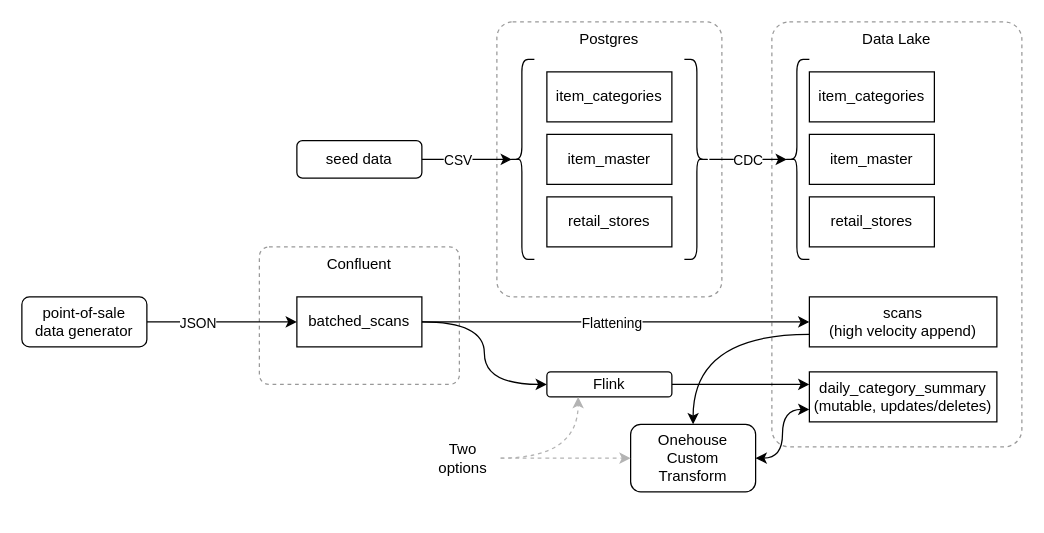
Above: page "architecture" (2 of 3) of doc/images/diagrams.drawio in corourke/acme (draw.io), before the change. Source tidied: cells renumbered, new cells numbered last; positions are measured from the earlier drawing's top-left corner, leaving out a move shared by most shapes. Both pictures are drawn from the tidied source at 125%, with x=0, y=0 at pixel (21, 21).
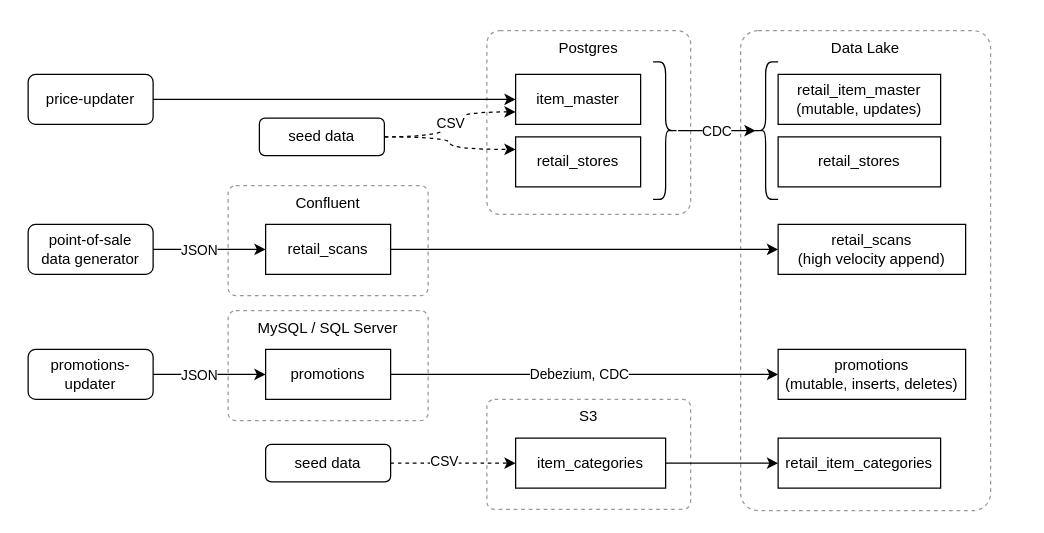
Above is the later version.

Unchanged cells that the change refers to:
```xml
<mxCell id="6" style="edgeStyle=orthogonalEdgeStyle;rounded=0;jettySize=auto;html=1;entryX=0;entryY=0.5;entryDx=0;entryDy=0;" parent="1" edge="1" source="9" target="11">
  <mxGeometry relative="1" as="geometry" />
</mxCell>
```

Change to the diagram source:
```diff
@@
+    <mxCell id="36" value="MySQL / SQL Server" style="whiteSpace=wrap;html=1;align=center;dashed=1;verticalAlign=top;rounded=1;strokeColor=#999999;fillColor=none;arcSize=7;" parent="1" vertex="1">
+      <mxGeometry x="165" y="231" width="160" height="88" as="geometry" />
+    </mxCell>
+    <mxCell id="37" value="S3" style="whiteSpace=wrap;html=1;align=center;dashed=1;verticalAlign=top;rounded=1;strokeColor=#999999;fillColor=none;arcSize=7;" parent="1" vertex="1">
+      <mxGeometry x="372" y="302" width="163" height="88" as="geometry" />
+    </mxCell>
     <mxCell id="2" value="Confluent" style="whiteSpace=wrap;html=1;align=center;dashed=1;verticalAlign=top;rounded=1;strokeColor=#999999;fillColor=none;arcSize=7;" parent="1" vertex="1">
-      <mxGeometry x="190" y="180" width="160" height="110" as="geometry" />
+      <mxGeometry x="165" y="131" width="160" height="88" as="geometry" />
     </mxCell>
     <mxCell id="3" value="Data Lake" style="whiteSpace=wrap;html=1;align=center;dashed=1;verticalAlign=top;rounded=1;strokeColor=#999999;fillColor=none;arcSize=7;" parent="1" vertex="1">
-      <mxGeometry x="600" width="200" height="340" as="geometry" />
+      <mxGeometry x="575" y="7" width="200" height="384" as="geometry" />
     </mxCell>
     <mxCell id="4" value="Postgres" style="whiteSpace=wrap;html=1;align=center;dashed=1;verticalAlign=top;rounded=1;strokeColor=#999999;fillColor=none;arcSize=7;" parent="1" vertex="1">
-      <mxGeometry x="380" width="180" height="220" as="geometry" />
+      <mxGeometry x="372" y="7" width="163" height="147" as="geometry" />
     </mxCell>
     <mxCell id="5" value="retail_stores" style="whiteSpace=wrap;html=1;align=center;" parent="1" vertex="1">
-      <mxGeometry x="420" y="140" width="100" height="40" as="geometry" />
+      <mxGeometry x="395" y="92" width="100" height="40" as="geometry" />
     </mxCell>
@@
-    <mxCell id="7" value="Flattening" style="edgeLabel;html=1;align=center;verticalAlign=middle;" parent="6" vertex="1">
-      <mxGeometry x="-0.14" y="-2" relative="1" as="geometry">
-        <mxPoint x="18" y="-2" as="offset" />
-      </mxGeometry>
-    </mxCell>
-    <mxCell id="8" style="edgeStyle=orthogonalEdgeStyle;rounded=0;jettySize=auto;html=1;entryX=0;entryY=0.5;entryDx=0;entryDy=0;curved=1;" parent="1" edge="1" source="9" target="30">
-      <mxGeometry relative="1" as="geometry" />
-    </mxCell>
-    <mxCell id="9" value="batched_scans" style="whiteSpace=wrap;html=1;align=center;" parent="1" vertex="1">
-      <mxGeometry x="220" y="220" width="100" height="40" as="geometry" />
+    <mxCell id="9" value="retail_scans" style="whiteSpace=wrap;html=1;align=center;" parent="1" vertex="1">
+      <mxGeometry x="195" y="162" width="100" height="40" as="geometry" />
     </mxCell>
-    <mxCell id="10" style="edgeStyle=orthogonalEdgeStyle;rounded=0;jettySize=auto;html=1;curved=1;exitX=0;exitY=0.75;exitDx=0;exitDy=0;" parent="1" edge="1" source="11" target="32">
-      <mxGeometry relative="1" as="geometry" />
-    </mxCell>
-    <mxCell id="11" value="scans &lt;br&gt;(high velocity append)" style="whiteSpace=wrap;html=1;align=center;" parent="1" vertex="1">
-      <mxGeometry x="630" y="220" width="150" height="40" as="geometry" />
+    <mxCell id="11" value="retail_scans &lt;br&gt;(high velocity append)" style="whiteSpace=wrap;html=1;align=center;" parent="1" vertex="1">
+      <mxGeometry x="605" y="162" width="150" height="40" as="geometry" />
     </mxCell>
     <mxCell id="12" value="item_master" style="whiteSpace=wrap;html=1;align=center;" parent="1" vertex="1">
-      <mxGeometry x="420" y="90" width="100" height="40" as="geometry" />
+      <mxGeometry x="395" y="42" width="100" height="40" as="geometry" />
     </mxCell>
+    <mxCell id="38" style="edgeStyle=orthogonalEdgeStyle;rounded=0;jettySize=auto;html=1;exitX=1;exitY=0.5;exitDx=0;exitDy=0;entryX=0;entryY=0.5;entryDx=0;entryDy=0;" parent="1" edge="1" source="13" target="20">
+      <mxGeometry relative="1" as="geometry" />
+    </mxCell>
     <mxCell id="13" value="item_categories" style="whiteSpace=wrap;html=1;align=center;" parent="1" vertex="1">
-      <mxGeometry x="420" y="40" width="100" height="40" as="geometry" />
+      <mxGeometry x="395" y="333" width="120" height="40" as="geometry" />
     </mxCell>
@@
     <mxCell id="16" value="point-of-sale&lt;br&gt;data generator" style="whiteSpace=wrap;html=1;align=center;rounded=1;" parent="1" vertex="1">
-      <mxGeometry y="220" width="100" height="40" as="geometry" />
+      <mxGeometry x="5" y="162" width="100" height="40" as="geometry" />
     </mxCell>
-    <mxCell id="17" style="edgeStyle=orthogonalEdgeStyle;rounded=0;jettySize=auto;html=1;entryX=0.1;entryY=0.5;entryDx=0;entryDy=0;entryPerimeter=0;" parent="1" edge="1" source="19" target="23">
+    <mxCell id="17" style="edgeStyle=orthogonalEdgeStyle;rounded=0;jettySize=auto;html=1;entryX=0;entryY=0.75;entryDx=0;entryDy=0;curved=1;dashed=1;" parent="1" edge="1" source="19" target="12">
       <mxGeometry relative="1" as="geometry" />
     </mxCell>
     <mxCell id="18" value="CSV" style="edgeLabel;html=1;align=center;verticalAlign=middle;" parent="17" vertex="1">
-      <mxGeometry x="-0.22" relative="1" as="geometry" />
+      <mxGeometry x="-0.22" relative="1" as="geometry">
+        <mxPoint x="3" y="-12" as="offset" />
+      </mxGeometry>
     </mxCell>
+    <mxCell id="39" style="edgeStyle=orthogonalEdgeStyle;rounded=0;jettySize=auto;html=1;exitX=1;exitY=0.5;exitDx=0;exitDy=0;entryX=0;entryY=0.25;entryDx=0;entryDy=0;dashed=1;curved=1;" parent="1" edge="1" source="19" target="5">
+      <mxGeometry relative="1" as="geometry" />
+    </mxCell>
     <mxCell id="19" value="seed data" style="whiteSpace=wrap;html=1;align=center;rounded=1;" parent="1" vertex="1">
-      <mxGeometry x="220" y="95" width="100" height="30" as="geometry" />
+      <mxGeometry x="190" y="77" width="100" height="30" as="geometry" />
     </mxCell>
-    <mxCell id="20" value="item_categories" style="whiteSpace=wrap;html=1;align=center;" parent="1" vertex="1">
-      <mxGeometry x="630" y="40" width="100" height="40" as="geometry" />
+    <mxCell id="20" value="retail_item_categories" style="whiteSpace=wrap;html=1;align=center;" parent="1" vertex="1">
+      <mxGeometry x="605" y="333" width="130" height="40" as="geometry" />
     </mxCell>
-    <mxCell id="21" value="item_master" style="whiteSpace=wrap;html=1;align=center;" parent="1" vertex="1">
-      <mxGeometry x="630" y="90" width="100" height="40" as="geometry" />
+    <mxCell id="21" value="retail_item_master (mutable, updates)" style="whiteSpace=wrap;html=1;align=center;" parent="1" vertex="1">
+      <mxGeometry x="605" y="42" width="130" height="40" as="geometry" />
     </mxCell>
     <mxCell id="22" value="retail_stores" style="whiteSpace=wrap;html=1;align=center;" parent="1" vertex="1">
-      <mxGeometry x="630" y="140" width="100" height="40" as="geometry" />
+      <mxGeometry x="605" y="92" width="130" height="40" as="geometry" />
     </mxCell>
-    <mxCell id="23" style="shape=curlyBracket;whiteSpace=wrap;html=1;rounded=1;labelPosition=left;verticalLabelPosition=middle;align=right;verticalAlign=middle;" parent="1" vertex="1">
-      <mxGeometry x="390" y="30" width="20" height="160" as="geometry" />
-    </mxCell>
     <mxCell id="24" style="shape=curlyBracket;whiteSpace=wrap;html=1;rounded=1;labelPosition=left;verticalLabelPosition=middle;align=right;verticalAlign=middle;" parent="1" vertex="1">
-      <mxGeometry x="610" y="30" width="20" height="160" as="geometry" />
+      <mxGeometry x="585" y="32" width="20" height="110" as="geometry" />
     </mxCell>
     <mxCell id="25" style="shape=curlyBracket;whiteSpace=wrap;html=1;rounded=1;flipH=1;labelPosition=right;verticalLabelPosition=middle;align=left;verticalAlign=middle;" parent="1" vertex="1">
-      <mxGeometry x="530" y="30" width="20" height="160" as="geometry" />
+      <mxGeometry x="505" y="32" width="20" height="110" as="geometry" />
     </mxCell>
@@
-    <mxCell id="28" value="daily_category_summary&lt;br&gt;(mutable, updates/deletes)" style="whiteSpace=wrap;html=1;align=center;" parent="1" vertex="1">
-      <mxGeometry x="630" y="280" width="150" height="40" as="geometry" />
-    </mxCell>
-    <mxCell id="29" style="edgeStyle=orthogonalEdgeStyle;rounded=0;jettySize=auto;html=1;entryX=0;entryY=0.25;entryDx=0;entryDy=0;" parent="1" edge="1" source="30" target="28">
-      <mxGeometry relative="1" as="geometry" />
-    </mxCell>
-    <mxCell id="30" value="Flink" style="whiteSpace=wrap;html=1;align=center;rounded=1;" parent="1" vertex="1">
-      <mxGeometry x="420" y="280" width="100" height="20" as="geometry" />
-    </mxCell>
-    <mxCell id="31" style="edgeStyle=orthogonalEdgeStyle;rounded=0;jettySize=auto;html=1;entryX=0;entryY=0.75;entryDx=0;entryDy=0;curved=1;startArrow=classic;startFill=1;" parent="1" edge="1" source="32" target="28">
-      <mxGeometry relative="1" as="geometry" />
-    </mxCell>
-    <mxCell id="32" value="Onehouse Custom Transform" style="whiteSpace=wrap;html=1;align=center;rounded=1;" parent="1" vertex="1">
-      <mxGeometry x="487" y="322" width="100" height="54" as="geometry" />
-    </mxCell>
-    <mxCell id="33" style="edgeStyle=orthogonalEdgeStyle;rounded=0;jettySize=auto;html=1;entryX=0.25;entryY=1;entryDx=0;entryDy=0;curved=1;dashed=1;strokeColor=#B3B3B3;" parent="1" edge="1" source="35" target="30">
-      <mxGeometry relative="1" as="geometry" />
-    </mxCell>
-    <mxCell id="34" style="edgeStyle=orthogonalEdgeStyle;rounded=0;jettySize=auto;html=1;entryX=0;entryY=0.5;entryDx=0;entryDy=0;curved=1;dashed=1;strokeColor=#B3B3B3;" parent="1" edge="1" source="35" target="32">
-      <mxGeometry relative="1" as="geometry" />
-    </mxCell>
-    <mxCell id="35" value="Two options" style="text;html=1;strokeColor=none;fillColor=none;align=center;verticalAlign=middle;whiteSpace=wrap;rounded=0;" parent="1" vertex="1">
-      <mxGeometry x="323" y="334" width="60" height="30" as="geometry" />
-    </mxCell>
+    <mxCell id="40" style="edgeStyle=orthogonalEdgeStyle;rounded=0;orthogonalLoop=1;jettySize=auto;html=1;exitX=0.5;exitY=1;exitDx=0;exitDy=0;" parent="1" edge="1" source="4" target="4">
+      <mxGeometry relative="1" as="geometry" />
+    </mxCell>
+    <mxCell id="41" value="price-updater" style="whiteSpace=wrap;html=1;align=center;rounded=1;" parent="1" vertex="1">
+      <mxGeometry x="5" y="42" width="100" height="40" as="geometry" />
+    </mxCell>
+    <mxCell id="42" style="edgeStyle=orthogonalEdgeStyle;rounded=0;jettySize=auto;html=1;exitX=1;exitY=0.5;exitDx=0;exitDy=0;entryX=0;entryY=0.5;entryDx=0;entryDy=0;" parent="1" edge="1" source="41" target="12">
+      <mxGeometry relative="1" as="geometry" />
+    </mxCell>
+    <mxCell id="43" style="edgeStyle=orthogonalEdgeStyle;rounded=0;jettySize=auto;html=1;entryX=0;entryY=0.5;entryDx=0;entryDy=0;curved=1;dashed=1;" parent="1" edge="1" source="45" target="13">
+      <mxGeometry relative="1" as="geometry" />
+    </mxCell>
+    <mxCell id="44" value="CSV" style="edgeLabel;html=1;align=center;verticalAlign=middle;" parent="43" vertex="1">
+      <mxGeometry x="-0.22" relative="1" as="geometry">
+        <mxPoint x="3" y="-2" as="offset" />
+      </mxGeometry>
+    </mxCell>
+    <mxCell id="45" value="seed data" style="whiteSpace=wrap;html=1;align=center;rounded=1;" parent="1" vertex="1">
+      <mxGeometry x="195" y="338" width="100" height="30" as="geometry" />
+    </mxCell>
+    <mxCell id="46" style="edgeStyle=orthogonalEdgeStyle;rounded=0;jettySize=auto;html=1;entryX=0;entryY=0.5;entryDx=0;entryDy=0;" parent="1" edge="1" source="48" target="49">
+      <mxGeometry relative="1" as="geometry" />
+    </mxCell>
+    <mxCell id="47" value="Debezium, CDC" style="edgeLabel;html=1;align=center;verticalAlign=middle;" parent="46" vertex="1">
+      <mxGeometry x="-0.03" y="1" relative="1" as="geometry" />
+    </mxCell>
+    <mxCell id="48" value="promotions" style="whiteSpace=wrap;html=1;align=center;" parent="1" vertex="1">
+      <mxGeometry x="195" y="262" width="100" height="40" as="geometry" />
+    </mxCell>
+    <mxCell id="49" value="promotions&lt;br&gt;(mutable, inserts, deletes)" style="whiteSpace=wrap;html=1;align=center;" parent="1" vertex="1">
+      <mxGeometry x="605" y="262" width="150" height="40" as="geometry" />
+    </mxCell>
+    <mxCell id="50" style="edgeStyle=orthogonalEdgeStyle;rounded=0;jettySize=auto;html=1;entryX=0;entryY=0.5;entryDx=0;entryDy=0;" parent="1" edge="1" source="52" target="48">
+      <mxGeometry relative="1" as="geometry" />
+    </mxCell>
+    <mxCell id="51" value="JSON" style="edgeLabel;html=1;align=center;verticalAlign=middle;" parent="50" vertex="1">
+      <mxGeometry x="-0.72" relative="1" as="geometry">
+        <mxPoint x="23" as="offset" />
+      </mxGeometry>
+    </mxCell>
+    <mxCell id="52" value="promotions-updater" style="whiteSpace=wrap;html=1;align=center;rounded=1;" parent="1" vertex="1">
+      <mxGeometry x="5" y="262" width="100" height="40" as="geometry" />
+    </mxCell>
```
